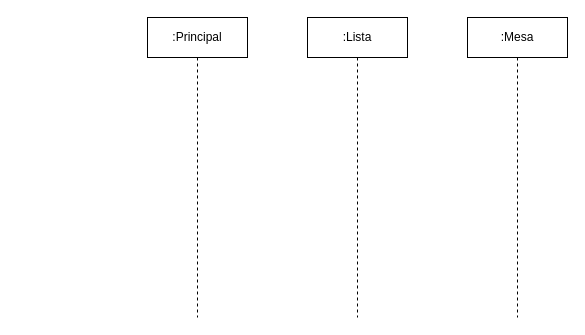
Above: SistemaElectoral.drawio in Luchit0-afk/Diagramas (draw.io), before the change. Source tidied: cells renumbered, new cells numbered last; positions are measured from the earlier drawing's top-left corner, leaving out a move shared by most shapes. Both pictures are drawn from the tidied source at 100%, with x=0, y=0 at pixel (147, 17).
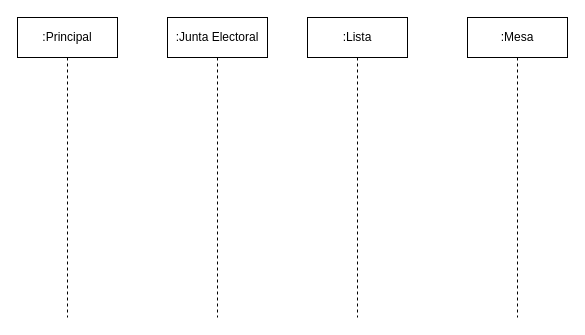
After the change.

What changed in the source:
```diff
@@
 <mxGraphModel>
   <root>
     <mxCell id="0" />
     <mxCell id="1" parent="0" />
     <mxCell id="2" value=":Principal" style="shape=umlLifeline;perimeter=lifelinePerimeter;whiteSpace=wrap;html=1;" parent="1" vertex="1">
-      <mxGeometry width="100" height="300" as="geometry" />
+      <mxGeometry x="-130" width="100" height="300" as="geometry" />
     </mxCell>
     <mxCell id="3" value=":Lista" style="shape=umlLifeline;perimeter=lifelinePerimeter;whiteSpace=wrap;html=1;" parent="1" vertex="1">
       <mxGeometry x="160" width="100" height="300" as="geometry" />
     </mxCell>
     <mxCell id="4" value=":Mesa" style="shape=umlLifeline;perimeter=lifelinePerimeter;whiteSpace=wrap;html=1;" parent="1" vertex="1">
       <mxGeometry x="320" width="100" height="300" as="geometry" />
     </mxCell>
+    <mxCell id="5" value=":Junta Electoral" style="shape=umlLifeline;perimeter=lifelinePerimeter;whiteSpace=wrap;html=1;" parent="1" vertex="1">
+      <mxGeometry x="20" width="100" height="300" as="geometry" />
+    </mxCell>
   </root>
 </mxGraphModel>
```
